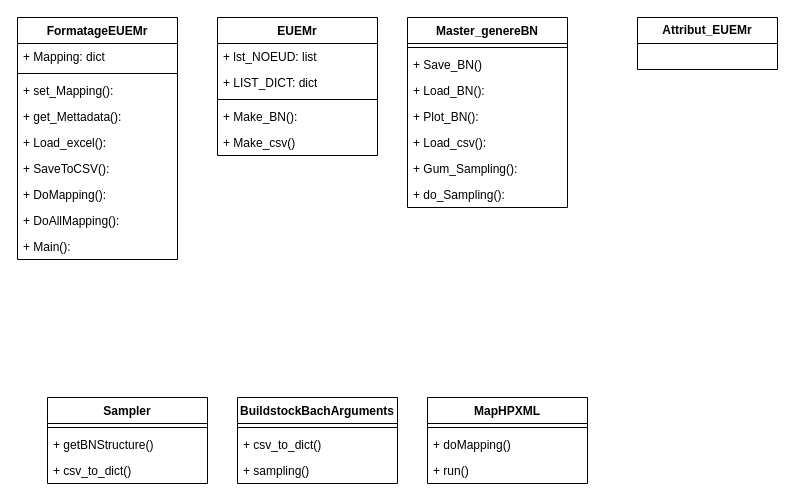
Febricant/sampler-simparc keeps this draw.io diagram as documentation/cls.drawio. Above is the earlier version. Source tidied: cells renumbered, new cells numbered last; positions are measured from the earlier drawing's top-left corner, leaving out a move shared by most shapes. Both pictures are drawn from the tidied source at 100%, with x=0, y=0 at pixel (17, 17).
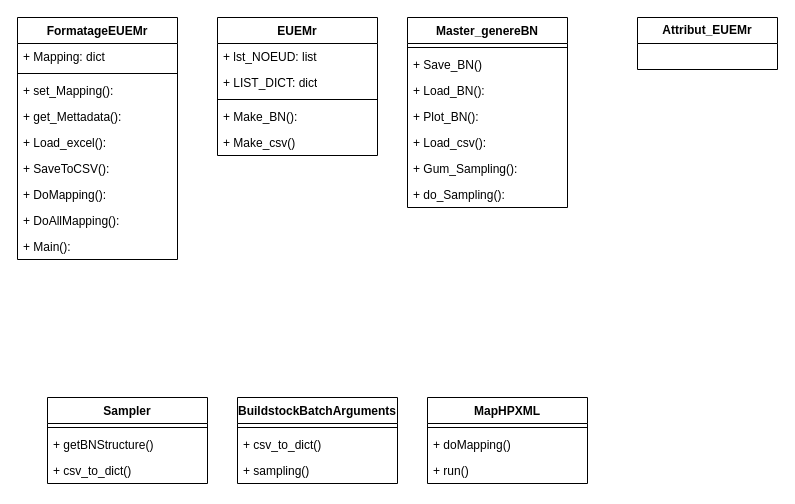
After the change.

Change to the diagram source:
```diff
@@
-    <mxCell id="31" value="BuildstockBachArguments" style="swimlane;fontStyle=1;align=center;verticalAlign=top;horizontal=1;startSize=26;whiteSpace=wrap;html=1;" parent="1" vertex="1">
+    <mxCell id="31" value="BuildstockBatchArguments" style="swimlane;fontStyle=1;align=center;verticalAlign=top;horizontal=1;startSize=26;whiteSpace=wrap;html=1;" parent="1" vertex="1">
       <mxGeometry x="220" y="380" width="160" height="86" as="geometry" />
     </mxCell>
```
